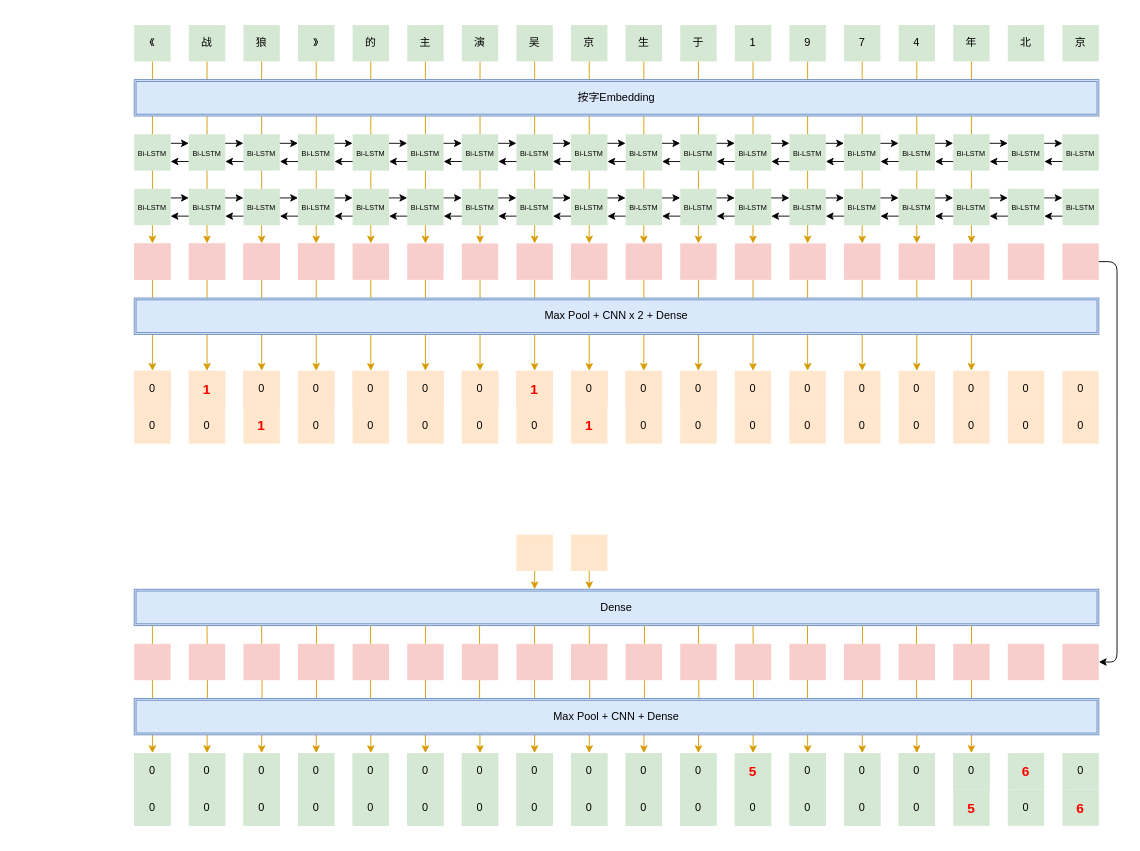
Before: 99_resources/11_img/Untitled Diagram.drawio in dataml-cn/playground, a draw.io diagram. Source tidied: cells renumbered, new cells numbered last; positions are measured from the earlier drawing's top-left corner, leaving out a move shared by most shapes. Both pictures are drawn from the tidied source at 91%, with x=0, y=0 at pixel (134, 25).
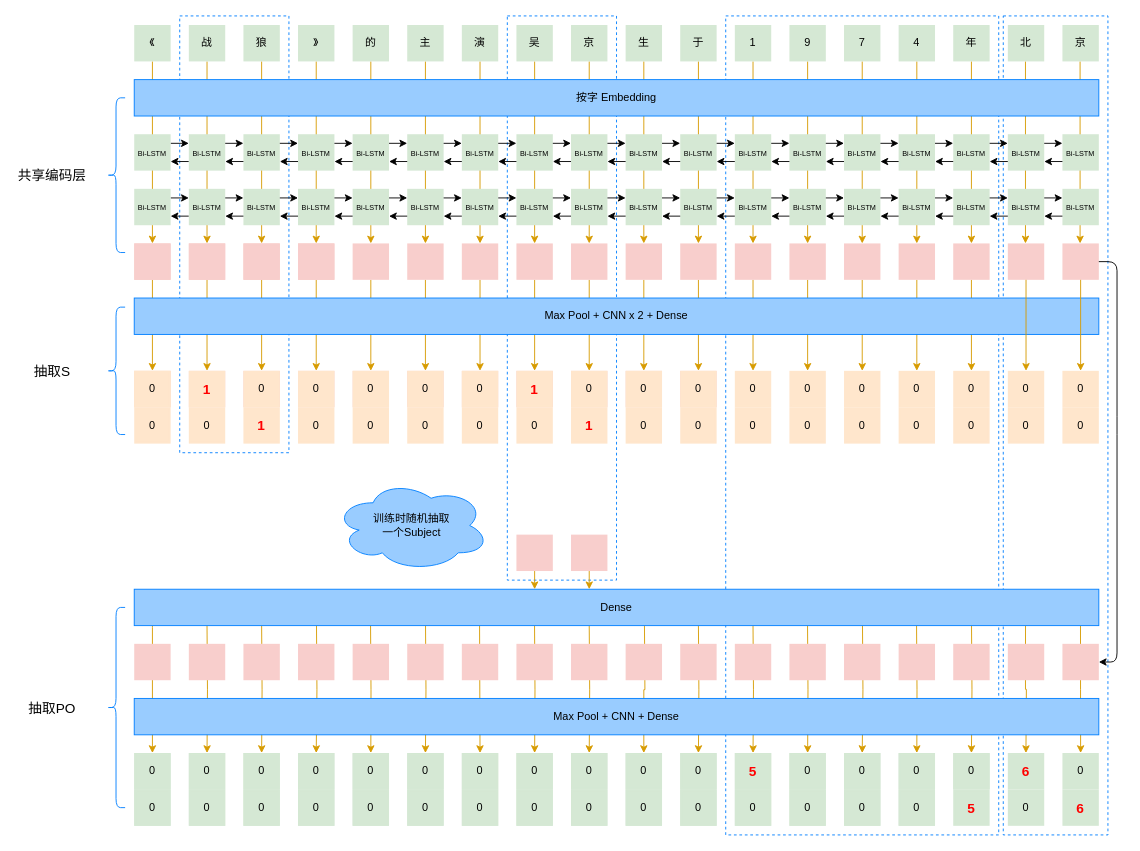
The same page after the edit.

The change refers to these unchanged cells:
```xml
<mxCell id="60" value="1" style="shape=ext;double=1;rounded=0;whiteSpace=wrap;html=1;fillColor=#d5e8d4;strokeColor=none;" parent="1" vertex="1">
<mxCell id="61" value="7" style="shape=ext;double=1;rounded=0;whiteSpace=wrap;html=1;fillColor=#d5e8d4;strokeColor=none;" parent="1" vertex="1">
<mxCell id="62" value="9" style="shape=ext;double=1;rounded=0;whiteSpace=wrap;html=1;fillColor=#d5e8d4;strokeColor=none;" parent="1" vertex="1">
<mxCell id="63" value="4" style="shape=ext;double=1;rounded=0;whiteSpace=wrap;html=1;fillColor=#d5e8d4;strokeColor=none;" parent="1" vertex="1">
<mxCell id="64" value="年" style="shape=ext;double=1;rounded=0;whiteSpace=wrap;html=1;fillColor=#d5e8d4;strokeColor=none;" parent="1" vertex="1">
<mxCell id="170" style="shape=ext;double=1;rounded=0;whiteSpace=wrap;html=1;fillColor=#f8cecc;strokeColor=none;" parent="1" vertex="1">
<mxCell id="171" style="shape=ext;double=1;rounded=0;whiteSpace=wrap;html=1;fillColor=#f8cecc;strokeColor=none;" parent="1" vertex="1">
<mxCell id="172" style="shape=ext;double=1;rounded=0;whiteSpace=wrap;html=1;fillColor=#f8cecc;strokeColor=none;" parent="1" vertex="1">
<mxCell id="173" style="shape=ext;double=1;rounded=0;whiteSpace=wrap;html=1;fillColor=#f8cecc;strokeColor=none;" parent="1" vertex="1">
<mxCell id="174" style="shape=ext;double=1;rounded=0;whiteSpace=wrap;html=1;fillColor=#f8cecc;strokeColor=none;" parent="1" vertex="1">
<mxCell id="194" style="shape=ext;double=1;rounded=0;whiteSpace=wrap;html=1;fillColor=#f8cecc;strokeColor=none;" parent="1" vertex="1">
<mxCell id="214" value="0" style="shape=ext;double=1;rounded=0;whiteSpace=wrap;html=1;fillColor=#ffe6cc;strokeColor=none;" parent="1" vertex="1">
<mxCell id="284" value="0" style="shape=ext;double=1;rounded=0;whiteSpace=wrap;html=1;fillColor=#d5e8d4;strokeColor=none;" parent="1" vertex="1">
<mxCell id="286" value="0" style="shape=ext;double=1;rounded=0;whiteSpace=wrap;html=1;fillColor=#d5e8d4;strokeColor=none;" parent="1" vertex="1">
<mxCell id="288" value="0" style="shape=ext;double=1;rounded=0;whiteSpace=wrap;html=1;fillColor=#d5e8d4;strokeColor=none;" parent="1" vertex="1">
<mxCell id="290" value="0" style="shape=ext;double=1;rounded=0;whiteSpace=wrap;html=1;fillColor=#d5e8d4;strokeColor=none;" parent="1" vertex="1">
<mxCell id="292" value="0" style="shape=ext;double=1;rounded=0;whiteSpace=wrap;html=1;fillColor=#d5e8d4;strokeColor=none;" parent="1" vertex="1">
<mxCell id="296" value="0" style="shape=ext;double=1;rounded=0;whiteSpace=wrap;html=1;fillColor=#d5e8d4;strokeColor=none;" parent="1" vertex="1">
<mxCell id="302" value="0" style="shape=ext;double=1;rounded=0;whiteSpace=wrap;html=1;fillColor=#d5e8d4;strokeColor=none;" parent="1" vertex="1">
<mxCell id="304" value="0" style="shape=ext;double=1;rounded=0;whiteSpace=wrap;html=1;fillColor=#d5e8d4;strokeColor=none;" parent="1" vertex="1">
<mxCell id="306" value="0" style="shape=ext;double=1;rounded=0;whiteSpace=wrap;html=1;fillColor=#d5e8d4;strokeColor=none;" parent="1" vertex="1">
<mxCell id="308" value="0" style="shape=ext;double=1;rounded=0;whiteSpace=wrap;html=1;fillColor=#d5e8d4;strokeColor=none;" parent="1" vertex="1">
<mxCell id="323" style="shape=ext;double=1;rounded=0;whiteSpace=wrap;html=1;fillColor=#f8cecc;strokeColor=none;" parent="1" vertex="1">
<mxCell id="324" style="shape=ext;double=1;rounded=0;whiteSpace=wrap;html=1;fillColor=#f8cecc;strokeColor=none;" parent="1" vertex="1">
<mxCell id="325" value="0" style="shape=ext;double=1;rounded=0;whiteSpace=wrap;html=1;fillColor=#ffe6cc;strokeColor=none;" parent="1" vertex="1">
<mxCell id="327" value="0" style="shape=ext;double=1;rounded=0;whiteSpace=wrap;html=1;fillColor=#ffe6cc;strokeColor=none;" parent="1" vertex="1">
<mxCell id="333" value="0" style="shape=ext;double=1;rounded=0;whiteSpace=wrap;html=1;fillColor=#d5e8d4;strokeColor=none;" parent="1" vertex="1">
```

Change to the diagram source:
```diff
@@
+    <mxCell id="336" style="rounded=0;whiteSpace=wrap;html=1;shadow=0;glass=0;sketch=0;strokeColor=#007FFF;gradientColor=none;dashed=1;" parent="1" vertex="1">
+      <mxGeometry x="955" y="-10" width="115" height="900" as="geometry" />
+    </mxCell>
+    <mxCell id="337" style="edgeStyle=orthogonalEdgeStyle;rounded=0;jettySize=auto;html=1;fillColor=#ffe6cc;strokeColor=#d79b00;entryX=0.5;entryY=0;entryDx=0;entryDy=0;exitX=0.981;exitY=1.011;exitDx=0;exitDy=0;exitPerimeter=0;" parent="1" edge="1" source="242" target="333">
+      <mxGeometry relative="1" as="geometry" />
+    </mxCell>
+    <mxCell id="338" style="edgeStyle=orthogonalEdgeStyle;rounded=0;jettySize=auto;html=1;fillColor=#ffe6cc;strokeColor=#d79b00;entryX=0.5;entryY=0;entryDx=0;entryDy=0;exitX=0.924;exitY=1.004;exitDx=0;exitDy=0;exitPerimeter=0;" parent="1" edge="1" source="242">
+      <mxGeometry relative="1" as="geometry">
+        <mxPoint x="979.9" y="800" as="targetPoint" />
+      </mxGeometry>
+    </mxCell>
+    <mxCell id="339" style="endArrow=classic;html=1;fillColor=#ffe6cc;strokeColor=#d79b00;exitX=0.5;exitY=1;exitDx=0;exitDy=0;entryX=0.5;entryY=0;entryDx=0;entryDy=0;" parent="1" edge="1">
+      <mxGeometry relative="1" as="geometry">
+        <mxPoint x="1039.4" y="40" as="sourcePoint" />
+        <mxPoint x="1039.4" y="240" as="targetPoint" />
+      </mxGeometry>
+    </mxCell>
+    <mxCell id="340" style="endArrow=classic;html=1;fillColor=#ffe6cc;strokeColor=#d79b00;exitX=0.5;exitY=1;exitDx=0;exitDy=0;entryX=0.5;entryY=0;entryDx=0;entryDy=0;" parent="1" edge="1">
+      <mxGeometry relative="1" as="geometry">
+        <mxPoint x="979.4" y="40" as="sourcePoint" />
+        <mxPoint x="979.4" y="240" as="targetPoint" />
+      </mxGeometry>
+    </mxCell>
+    <mxCell id="341" style="rounded=0;whiteSpace=wrap;html=1;shadow=0;glass=0;sketch=0;strokeColor=#007FFF;gradientColor=none;dashed=1;" parent="1" vertex="1">
+      <mxGeometry x="650" y="-10" width="300" height="900" as="geometry" />
+    </mxCell>
+    <mxCell id="35" style="endArrow=classic;html=1;fillColor=#ffe6cc;strokeColor=#d79b00;exitX=0.5;exitY=1;exitDx=0;exitDy=0;entryX=0.5;entryY=0;entryDx=0;entryDy=0;" parent="1" edge="1" source="60" target="170">
+      <mxGeometry relative="1" as="geometry" />
+    </mxCell>
+    <mxCell id="36" style="endArrow=classic;html=1;fillColor=#ffe6cc;strokeColor=#d79b00;exitX=0.5;exitY=1;exitDx=0;exitDy=0;entryX=0.5;entryY=0;entryDx=0;entryDy=0;" parent="1" edge="1" source="63" target="173">
+      <mxGeometry relative="1" as="geometry" />
+    </mxCell>
+    <mxCell id="38" style="endArrow=classic;html=1;fillColor=#ffe6cc;strokeColor=#d79b00;exitX=0.5;exitY=1;exitDx=0;exitDy=0;entryX=0.5;entryY=0;entryDx=0;entryDy=0;" parent="1" edge="1" source="62" target="172">
+      <mxGeometry relative="1" as="geometry" />
+    </mxCell>
+    <mxCell id="39" style="endArrow=classic;html=1;fillColor=#ffe6cc;strokeColor=#d79b00;exitX=0.5;exitY=1;exitDx=0;exitDy=0;entryX=0.5;entryY=0;entryDx=0;entryDy=0;" parent="1" edge="1" source="61" target="171">
+      <mxGeometry relative="1" as="geometry" />
+    </mxCell>
+    <mxCell id="40" style="endArrow=classic;html=1;fillColor=#ffe6cc;strokeColor=#d79b00;exitX=0.5;exitY=1;exitDx=0;exitDy=0;entryX=0.5;entryY=0;entryDx=0;entryDy=0;" parent="1" edge="1" source="64" target="174">
+      <mxGeometry relative="1" as="geometry" />
+    </mxCell>
+    <mxCell id="342" style="rounded=0;whiteSpace=wrap;html=1;shadow=0;glass=0;sketch=0;strokeColor=#007FFF;gradientColor=none;dashed=1;" parent="1" vertex="1">
+      <mxGeometry x="410" y="-10" width="120" height="620" as="geometry" />
+    </mxCell>
+    <mxCell id="343" style="rounded=0;whiteSpace=wrap;html=1;shadow=0;glass=0;sketch=0;strokeColor=#007FFF;gradientColor=none;dashed=1;" parent="1" vertex="1">
+      <mxGeometry x="50" y="-10" width="120" height="480" as="geometry" />
+    </mxCell>
@@
-    <mxCell id="3" style="edgeStyle=orthogonalEdgeStyle;rounded=0;jettySize=auto;html=1;fillColor=#ffe6cc;strokeColor=#d79b00;exitX=0.529;exitY=0.995;exitDx=0;exitDy=0;exitPerimeter=0;" parent="1" edge="1" source="242" target="296">
-      <mxGeometry relative="1" as="geometry" />
+    <mxCell id="3" style="edgeStyle=orthogonalEdgeStyle;rounded=0;jettySize=auto;html=1;fillColor=#ffe6cc;strokeColor=#d79b00;exitX=0.529;exitY=0.995;exitDx=0;exitDy=0;exitPerimeter=0;" parent="1" edge="1" target="296">
+      <mxGeometry relative="1" as="geometry">
+        <mxPoint x="560.7" y="659.8" as="sourcePoint" />
+      </mxGeometry>
     </mxCell>
@@
-    <mxCell id="6" style="edgeStyle=orthogonalEdgeStyle;rounded=0;jettySize=auto;html=1;fillColor=#ffe6cc;strokeColor=#d79b00;exitX=0.698;exitY=1;exitDx=0;exitDy=0;exitPerimeter=0;" parent="1" edge="1" source="242" target="302">
-      <mxGeometry relative="1" as="geometry" />
+    <mxCell id="6" style="edgeStyle=orthogonalEdgeStyle;rounded=0;jettySize=auto;html=1;fillColor=#ffe6cc;strokeColor=#d79b00;exitX=0.698;exitY=1;exitDx=0;exitDy=0;exitPerimeter=0;" parent="1" edge="1" target="302">
+      <mxGeometry relative="1" as="geometry">
+        <mxPoint x="739.9" y="660" as="sourcePoint" />
+      </mxGeometry>
     </mxCell>
-    <mxCell id="7" style="edgeStyle=orthogonalEdgeStyle;rounded=0;jettySize=auto;html=1;fillColor=#ffe6cc;strokeColor=#d79b00;entryX=0.5;entryY=0;entryDx=0;entryDy=0;exitX=0.755;exitY=0.996;exitDx=0;exitDy=0;exitPerimeter=0;" parent="1" edge="1" source="242" target="304">
-      <mxGeometry relative="1" as="geometry" />
+    <mxCell id="7" style="edgeStyle=orthogonalEdgeStyle;rounded=0;jettySize=auto;html=1;fillColor=#ffe6cc;strokeColor=#d79b00;entryX=0.5;entryY=0;entryDx=0;entryDy=0;exitX=0.755;exitY=0.996;exitDx=0;exitDy=0;exitPerimeter=0;" parent="1" edge="1" target="304">
+      <mxGeometry relative="1" as="geometry">
+        <mxPoint x="800.3" y="659.8" as="sourcePoint" />
+      </mxGeometry>
     </mxCell>
-    <mxCell id="8" style="edgeStyle=orthogonalEdgeStyle;rounded=0;jettySize=auto;html=1;fillColor=#ffe6cc;strokeColor=#d79b00;entryX=0.5;entryY=0;entryDx=0;entryDy=0;exitX=0.811;exitY=0.996;exitDx=0;exitDy=0;exitPerimeter=0;" parent="1" edge="1" source="242" target="306">
-      <mxGeometry relative="1" as="geometry" />
+    <mxCell id="8" style="edgeStyle=orthogonalEdgeStyle;rounded=0;jettySize=auto;html=1;fillColor=#ffe6cc;strokeColor=#d79b00;entryX=0.5;entryY=0;entryDx=0;entryDy=0;exitX=0.811;exitY=0.996;exitDx=0;exitDy=0;exitPerimeter=0;" parent="1" edge="1" target="306">
+      <mxGeometry relative="1" as="geometry">
+        <mxPoint x="859.7" y="659.8" as="sourcePoint" />
+      </mxGeometry>
     </mxCell>
-    <mxCell id="9" style="edgeStyle=orthogonalEdgeStyle;rounded=0;jettySize=auto;html=1;fillColor=#ffe6cc;strokeColor=#d79b00;entryX=0.5;entryY=0;entryDx=0;entryDy=0;exitX=0.868;exitY=1;exitDx=0;exitDy=0;exitPerimeter=0;" parent="1" edge="1" source="242" target="308">
-      <mxGeometry relative="1" as="geometry" />
+    <mxCell id="9" style="edgeStyle=orthogonalEdgeStyle;rounded=0;jettySize=auto;html=1;fillColor=#ffe6cc;strokeColor=#d79b00;entryX=0.5;entryY=0;entryDx=0;entryDy=0;exitX=0.868;exitY=1;exitDx=0;exitDy=0;exitPerimeter=0;" parent="1" edge="1" target="308">
+      <mxGeometry relative="1" as="geometry">
+        <mxPoint x="920.1" y="660" as="sourcePoint" />
+      </mxGeometry>
     </mxCell>
@@
-    <mxCell id="13" style="edgeStyle=orthogonalEdgeStyle;rounded=0;jettySize=auto;html=1;fillColor=#ffe6cc;strokeColor=#d79b00;entryX=0.5;entryY=0;entryDx=0;entryDy=0;exitX=0.189;exitY=0.995;exitDx=0;exitDy=0;exitPerimeter=0;" parent="1" edge="1" source="242" target="284">
-      <mxGeometry relative="1" as="geometry" />
+    <mxCell id="13" style="edgeStyle=orthogonalEdgeStyle;rounded=0;jettySize=auto;html=1;fillColor=#ffe6cc;strokeColor=#d79b00;entryX=0.5;entryY=0;entryDx=0;entryDy=0;exitX=0.189;exitY=0.995;exitDx=0;exitDy=0;exitPerimeter=0;" parent="1" edge="1" target="284">
+      <mxGeometry relative="1" as="geometry">
+        <mxPoint x="200.3" y="659.8" as="sourcePoint" />
+      </mxGeometry>
     </mxCell>
-    <mxCell id="14" style="edgeStyle=orthogonalEdgeStyle;rounded=0;jettySize=auto;html=1;fillColor=#ffe6cc;strokeColor=#d79b00;exitX=0.245;exitY=0.995;exitDx=0;exitDy=0;exitPerimeter=0;" parent="1" edge="1" source="242" target="286">
-      <mxGeometry relative="1" as="geometry" />
+    <mxCell id="14" style="edgeStyle=orthogonalEdgeStyle;rounded=0;jettySize=auto;html=1;fillColor=#ffe6cc;strokeColor=#d79b00;exitX=0.245;exitY=0.995;exitDx=0;exitDy=0;exitPerimeter=0;" parent="1" edge="1" target="286">
+      <mxGeometry relative="1" as="geometry">
+        <mxPoint x="259.7" y="659.8" as="sourcePoint" />
+      </mxGeometry>
     </mxCell>
-    <mxCell id="15" style="edgeStyle=orthogonalEdgeStyle;rounded=0;jettySize=auto;html=1;fillColor=#ffe6cc;strokeColor=#d79b00;exitX=0.302;exitY=1.001;exitDx=0;exitDy=0;exitPerimeter=0;" parent="1" edge="1" source="242" target="288">
-      <mxGeometry relative="1" as="geometry" />
+    <mxCell id="15" style="edgeStyle=orthogonalEdgeStyle;rounded=0;jettySize=auto;html=1;fillColor=#ffe6cc;strokeColor=#d79b00;exitX=0.302;exitY=1.001;exitDx=0;exitDy=0;exitPerimeter=0;" parent="1" edge="1" target="288">
+      <mxGeometry relative="1" as="geometry">
+        <mxPoint x="320.1" y="660" as="sourcePoint" />
+      </mxGeometry>
     </mxCell>
-    <mxCell id="16" style="edgeStyle=orthogonalEdgeStyle;rounded=0;jettySize=auto;html=1;fillColor=#ffe6cc;strokeColor=#d79b00;entryX=0.5;entryY=0;entryDx=0;entryDy=0;exitX=0.358;exitY=0.995;exitDx=0;exitDy=0;exitPerimeter=0;" parent="1" edge="1" source="242" target="290">
-      <mxGeometry relative="1" as="geometry" />
+    <mxCell id="16" style="edgeStyle=orthogonalEdgeStyle;rounded=0;jettySize=auto;html=1;fillColor=#ffe6cc;strokeColor=#d79b00;entryX=0.5;entryY=0;entryDx=0;entryDy=0;exitX=0.358;exitY=0.995;exitDx=0;exitDy=0;exitPerimeter=0;" parent="1" edge="1" target="290">
+      <mxGeometry relative="1" as="geometry">
+        <mxPoint x="379.5" y="659.8" as="sourcePoint" />
+      </mxGeometry>
     </mxCell>
-    <mxCell id="17" style="edgeStyle=orthogonalEdgeStyle;rounded=0;jettySize=auto;html=1;fillColor=#ffe6cc;strokeColor=#d79b00;entryX=0.5;entryY=0;entryDx=0;entryDy=0;exitX=0.415;exitY=1.001;exitDx=0;exitDy=0;exitPerimeter=0;" parent="1" edge="1" source="242" target="292">
-      <mxGeometry relative="1" as="geometry" />
+    <mxCell id="17" style="edgeStyle=orthogonalEdgeStyle;rounded=0;jettySize=auto;html=1;fillColor=#ffe6cc;strokeColor=#d79b00;entryX=0.5;entryY=0;entryDx=0;entryDy=0;exitX=0.415;exitY=1.001;exitDx=0;exitDy=0;exitPerimeter=0;" parent="1" edge="1" target="292">
+      <mxGeometry relative="1" as="geometry">
+        <mxPoint x="439.9" y="660" as="sourcePoint" />
+      </mxGeometry>
     </mxCell>
@@
-    <mxCell id="19" style="edgeStyle=orthogonalEdgeStyle;rounded=0;jettySize=auto;html=1;exitX=0.5;exitY=1;exitDx=0;exitDy=0;fillColor=#ffe6cc;strokeColor=#d79b00;" parent="1" edge="1" source="194" target="214">
+    <mxCell id="19" style="edgeStyle=orthogonalEdgeStyle;rounded=0;jettySize=auto;html=1;fillColor=#ffe6cc;strokeColor=#d79b00;" parent="1" edge="1" source="194" target="214">
       <mxGeometry relative="1" as="geometry" />
     </mxCell>
@@
-    <mxCell id="35" style="endArrow=classic;html=1;fillColor=#ffe6cc;strokeColor=#d79b00;exitX=0.5;exitY=1;exitDx=0;exitDy=0;entryX=0.5;entryY=0;entryDx=0;entryDy=0;" parent="1" edge="1" source="60" target="170">
-      <mxGeometry relative="1" as="geometry" />
-    </mxCell>
-    <mxCell id="36" style="endArrow=classic;html=1;fillColor=#ffe6cc;strokeColor=#d79b00;exitX=0.5;exitY=1;exitDx=0;exitDy=0;entryX=0.5;entryY=0;entryDx=0;entryDy=0;" parent="1" edge="1" source="63" target="173">
-      <mxGeometry relative="1" as="geometry" />
-    </mxCell>
@@
-    <mxCell id="38" style="endArrow=classic;html=1;fillColor=#ffe6cc;strokeColor=#d79b00;exitX=0.5;exitY=1;exitDx=0;exitDy=0;entryX=0.5;entryY=0;entryDx=0;entryDy=0;" parent="1" edge="1" source="62" target="172">
-      <mxGeometry relative="1" as="geometry" />
-    </mxCell>
-    <mxCell id="39" style="endArrow=classic;html=1;fillColor=#ffe6cc;strokeColor=#d79b00;exitX=0.5;exitY=1;exitDx=0;exitDy=0;entryX=0.5;entryY=0;entryDx=0;entryDy=0;" parent="1" edge="1" source="61" target="171">
-      <mxGeometry relative="1" as="geometry" />
-    </mxCell>
-    <mxCell id="40" style="endArrow=classic;html=1;fillColor=#ffe6cc;strokeColor=#d79b00;exitX=0.5;exitY=1;exitDx=0;exitDy=0;entryX=0.5;entryY=0;entryDx=0;entryDy=0;" parent="1" edge="1" source="64" target="174">
-      <mxGeometry relative="1" as="geometry" />
-    </mxCell>
@@
-    <mxCell id="79" value="按字Embedding" style="shape=ext;double=1;rounded=0;whiteSpace=wrap;html=1;fillColor=#dae8fc;strokeColor=#6c8ebf;perimeterSpacing=0;shadow=0;glass=0;sketch=0;" parent="1" vertex="1">
-      <mxGeometry y="60" width="1060" height="40" as="geometry" />
-    </mxCell>
@@
-    <mxCell id="159" value="Max Pool + CNN x 2 + Dense" style="shape=ext;double=1;rounded=0;whiteSpace=wrap;html=1;fillColor=#dae8fc;strokeColor=#6c8ebf;perimeterSpacing=0;shadow=0;glass=0;sketch=0;" parent="1" vertex="1">
-      <mxGeometry y="300" width="1060" height="40" as="geometry" />
-    </mxCell>
@@
-    <mxCell id="240" style="shape=ext;double=1;rounded=0;whiteSpace=wrap;html=1;fillColor=#ffe6cc;strokeColor=none;" parent="1" vertex="1">
-      <mxGeometry x="420" y="560" width="40" height="40" as="geometry" />
-    </mxCell>
-    <mxCell id="241" style="shape=ext;double=1;rounded=0;whiteSpace=wrap;html=1;fillColor=#ffe6cc;strokeColor=none;" parent="1" vertex="1">
-      <mxGeometry x="480" y="560" width="40" height="40" as="geometry" />
-    </mxCell>
-    <mxCell id="242" value="Dense" style="shape=ext;double=1;rounded=0;whiteSpace=wrap;html=1;fillColor=#dae8fc;strokeColor=#6c8ebf;perimeterSpacing=0;shadow=0;glass=0;sketch=0;" parent="1" vertex="1">
-      <mxGeometry y="620" width="1060" height="40" as="geometry" />
-    </mxCell>
-    <mxCell id="243" style="edgeStyle=orthogonalEdgeStyle;rounded=0;jettySize=auto;html=1;exitX=0.5;exitY=1;exitDx=0;exitDy=0;fillColor=#ffe6cc;strokeColor=#d79b00;" parent="1" edge="1" source="240">
+    <mxCell id="243" style="edgeStyle=orthogonalEdgeStyle;rounded=0;orthogonalLoop=1;jettySize=auto;html=1;exitX=0.5;exitY=1;exitDx=0;exitDy=0;fillColor=#ffe6cc;strokeColor=#d79b00;" parent="1" edge="1">
       <mxGeometry relative="1" as="geometry">
+        <mxPoint x="440" y="600" as="sourcePoint" />
         <mxPoint x="440" y="620" as="targetPoint" />
       </mxGeometry>
     </mxCell>
-    <mxCell id="244" style="edgeStyle=orthogonalEdgeStyle;rounded=0;jettySize=auto;html=1;exitX=0.5;exitY=1;exitDx=0;exitDy=0;fillColor=#ffe6cc;strokeColor=#d79b00;" parent="1" edge="1" source="241">
+    <mxCell id="244" style="edgeStyle=orthogonalEdgeStyle;rounded=0;orthogonalLoop=1;jettySize=auto;html=1;exitX=0.5;exitY=1;exitDx=0;exitDy=0;fillColor=#ffe6cc;strokeColor=#d79b00;" parent="1" edge="1">
       <mxGeometry relative="1" as="geometry">
+        <mxPoint x="500" y="600" as="sourcePoint" />
         <mxPoint x="500" y="620" as="targetPoint" />
       </mxGeometry>
     </mxCell>
-    <mxCell id="245" value="Max Pool + CNN + Dense" style="shape=ext;double=1;rounded=0;whiteSpace=wrap;html=1;fillColor=#dae8fc;strokeColor=#6c8ebf;perimeterSpacing=0;shadow=0;glass=0;sketch=0;" parent="1" vertex="1">
-      <mxGeometry y="740" width="1060" height="40" as="geometry" />
-    </mxCell>
@@
+    <mxCell id="344" style="shape=curlyBracket;whiteSpace=wrap;html=1;rounded=1;shadow=0;glass=0;sketch=0;strokeColor=#007FFF;gradientColor=none;size=0.5;" parent="1" vertex="1">
+      <mxGeometry x="-30" y="80" width="20" height="170" as="geometry" />
+    </mxCell>
+    <mxCell id="345" style="shape=curlyBracket;whiteSpace=wrap;html=1;rounded=1;shadow=0;glass=0;sketch=0;strokeColor=#007FFF;gradientColor=none;size=0.5;" parent="1" vertex="1">
+      <mxGeometry x="-30" y="310" width="20" height="140" as="geometry" />
+    </mxCell>
+    <mxCell id="346" value="按字 Embedding" style="rounded=0;whiteSpace=wrap;html=1;shadow=0;glass=0;sketch=0;strokeColor=#007FFF;gradientColor=none;fillColor=#99CCFF;" parent="1" vertex="1">
+      <mxGeometry y="60" width="1060" height="40" as="geometry" />
+    </mxCell>
+    <mxCell id="159" value="Max Pool + CNN x 2 + Dense" style="rounded=0;whiteSpace=wrap;html=1;shadow=0;glass=0;sketch=0;strokeColor=#007FFF;gradientColor=none;fillColor=#99CCFF;" parent="1" vertex="1">
+      <mxGeometry y="300" width="1060" height="40" as="geometry" />
+    </mxCell>
+    <mxCell id="242" value="Dense" style="rounded=0;whiteSpace=wrap;html=1;shadow=0;glass=0;sketch=0;strokeColor=#007FFF;gradientColor=none;fillColor=#99CCFF;" parent="1" vertex="1">
+      <mxGeometry y="620" width="1060" height="40" as="geometry" />
+    </mxCell>
+    <mxCell id="245" value="Max Pool + CNN + Dense" style="rounded=0;whiteSpace=wrap;html=1;shadow=0;glass=0;sketch=0;strokeColor=#007FFF;gradientColor=none;fillColor=#99CCFF;" parent="1" vertex="1">
+      <mxGeometry y="740" width="1060" height="40" as="geometry" />
+    </mxCell>
+    <mxCell id="347" style="edgeStyle=orthogonalEdgeStyle;rounded=0;jettySize=auto;html=1;exitX=0.5;exitY=1;exitDx=0;exitDy=0;fillColor=#ffe6cc;strokeColor=#d79b00;entryX=0.5;entryY=0;entryDx=0;entryDy=0;" parent="1" edge="1" source="323" target="325">
+      <mxGeometry relative="1" as="geometry" />
+    </mxCell>
+    <mxCell id="348" style="edgeStyle=orthogonalEdgeStyle;rounded=0;jettySize=auto;html=1;exitX=0.5;exitY=1;exitDx=0;exitDy=0;fillColor=#ffe6cc;strokeColor=#d79b00;entryX=0.5;entryY=0;entryDx=0;entryDy=0;" parent="1" edge="1" source="324" target="327">
+      <mxGeometry relative="1" as="geometry" />
+    </mxCell>
+    <mxCell id="349" value="&lt;font style=&quot;font-size: 15px&quot;&gt;共享编码层&lt;/font&gt;" style="text;html=1;strokeColor=none;fillColor=none;align=center;verticalAlign=middle;whiteSpace=wrap;rounded=0;shadow=0;glass=0;sketch=0;" parent="1" vertex="1">
+      <mxGeometry x="-130" y="155" width="80" height="20" as="geometry" />
+    </mxCell>
+    <mxCell id="350" value="&lt;font style=&quot;font-size: 15px&quot;&gt;抽取S&lt;/font&gt;" style="text;html=1;strokeColor=none;fillColor=none;align=center;verticalAlign=middle;whiteSpace=wrap;rounded=0;shadow=0;glass=0;sketch=0;" parent="1" vertex="1">
+      <mxGeometry x="-130" y="370" width="80" height="20" as="geometry" />
+    </mxCell>
+    <mxCell id="351" value="训练时随机抽取&lt;br&gt;一个Subject" style="ellipse;shape=cloud;whiteSpace=wrap;html=1;rounded=0;shadow=0;glass=0;sketch=0;strokeColor=#007FFF;fillColor=#99CCFF;gradientColor=none;" parent="1" vertex="1">
+      <mxGeometry x="220" y="500" width="170" height="100" as="geometry" />
+    </mxCell>
+    <mxCell id="352" style="shape=ext;double=1;rounded=0;whiteSpace=wrap;html=1;fillColor=#f8cecc;strokeColor=none;" parent="1" vertex="1">
+      <mxGeometry x="420" y="560" width="40" height="40" as="geometry" />
+    </mxCell>
+    <mxCell id="353" style="shape=ext;double=1;rounded=0;whiteSpace=wrap;html=1;fillColor=#f8cecc;strokeColor=none;" parent="1" vertex="1">
+      <mxGeometry x="480" y="560" width="40" height="40" as="geometry" />
+    </mxCell>
+    <mxCell id="354" style="shape=curlyBracket;whiteSpace=wrap;html=1;rounded=1;shadow=0;glass=0;sketch=0;strokeColor=#007FFF;gradientColor=none;size=0.5;" parent="1" vertex="1">
+      <mxGeometry x="-30" y="640" width="20" height="220" as="geometry" />
+    </mxCell>
+    <mxCell id="355" value="&lt;font style=&quot;font-size: 15px&quot;&gt;抽取PO&lt;/font&gt;" style="text;html=1;strokeColor=none;fillColor=none;align=center;verticalAlign=middle;whiteSpace=wrap;rounded=0;shadow=0;glass=0;sketch=0;" parent="1" vertex="1">
+      <mxGeometry x="-130" y="740" width="80" height="20" as="geometry" />
+    </mxCell>
```
